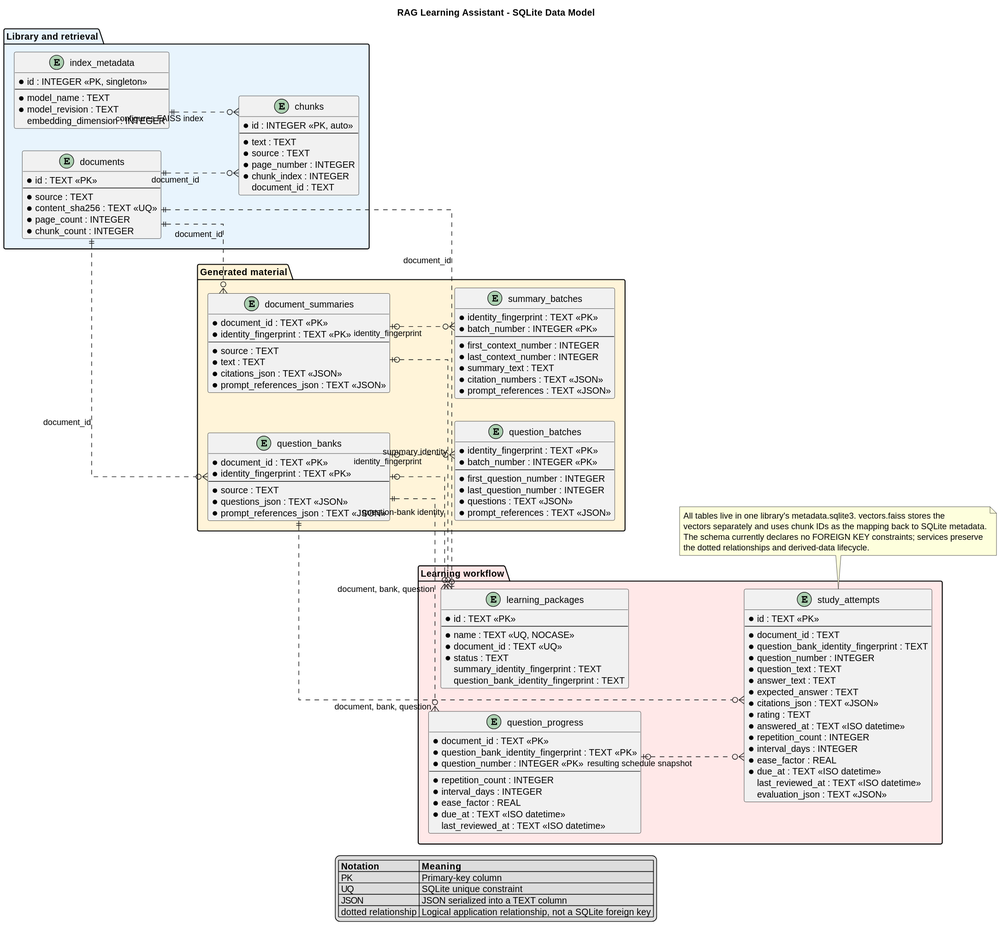
ebe542/rag-learning-assistant keeps this PlantUML diagram as docs/database-overview.svg. Above is the earlier version.
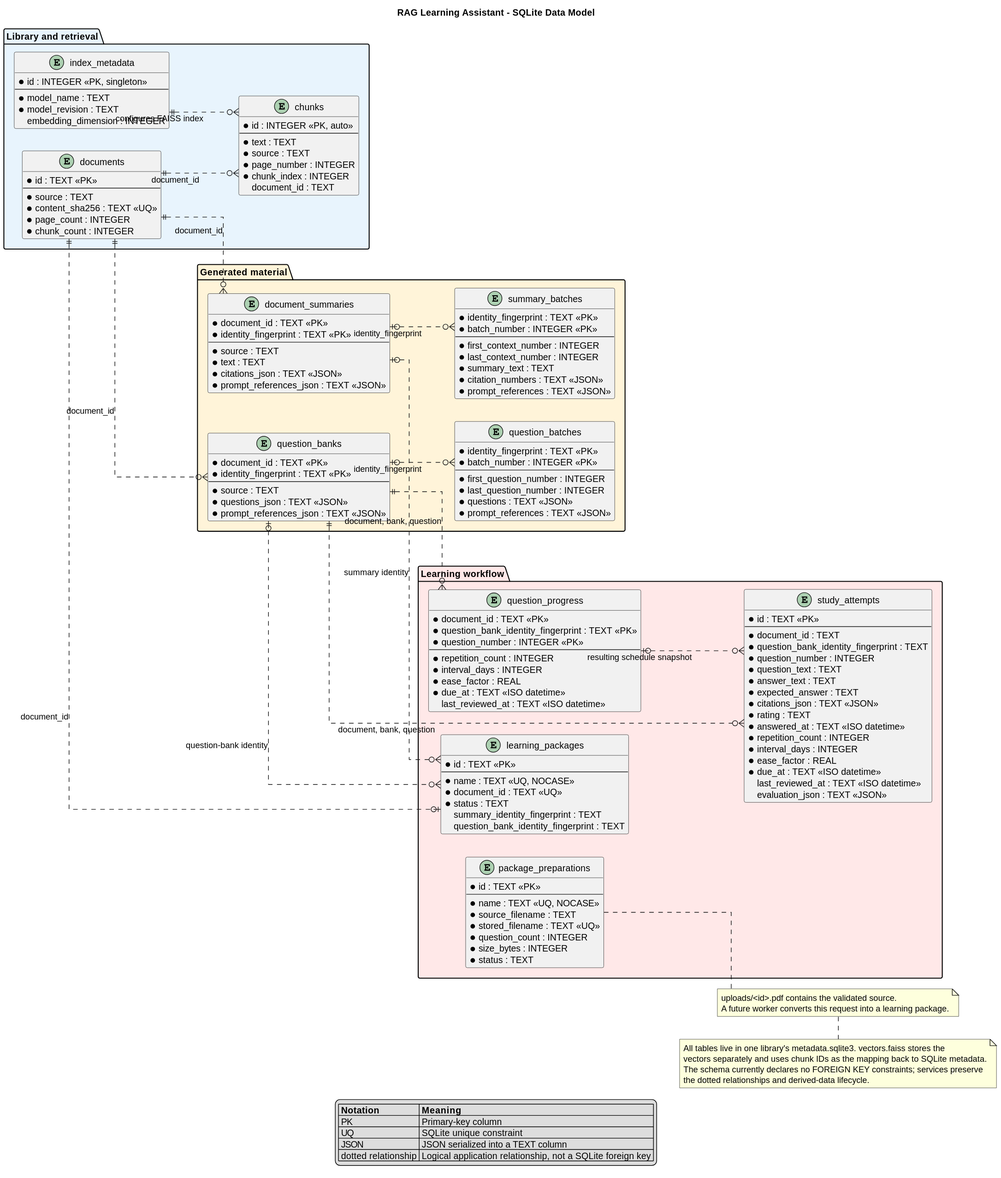
After the commit.

What changed in the source:
```diff
@@ -81,6 +81,17 @@
 }
 
 package "Learning workflow" #FFE8E8 {
+  entity package_preparations {
+    * id : TEXT <<PK>>
+    --
+    * name : TEXT <<UQ, NOCASE>>
+    * source_filename : TEXT
+    * stored_filename : TEXT <<UQ>>
+    * question_count : INTEGER
+    * size_bytes : INTEGER
+    * status : TEXT
+  }
+
   entity learning_packages {
     * id : TEXT <<PK>>
     --
@@ -137,6 +148,11 @@
 question_banks ||..o{ study_attempts : document, bank, question
 question_progress |o..o{ study_attempts : resulting schedule snapshot
 
+note right of package_preparations
+  uploads/<id>.pdf contains the validated source.
+  A future worker converts this request into a learning package.
+end note
+
 legend bottom
   |= Notation |= Meaning |
   | PK | Primary-key column |
```
